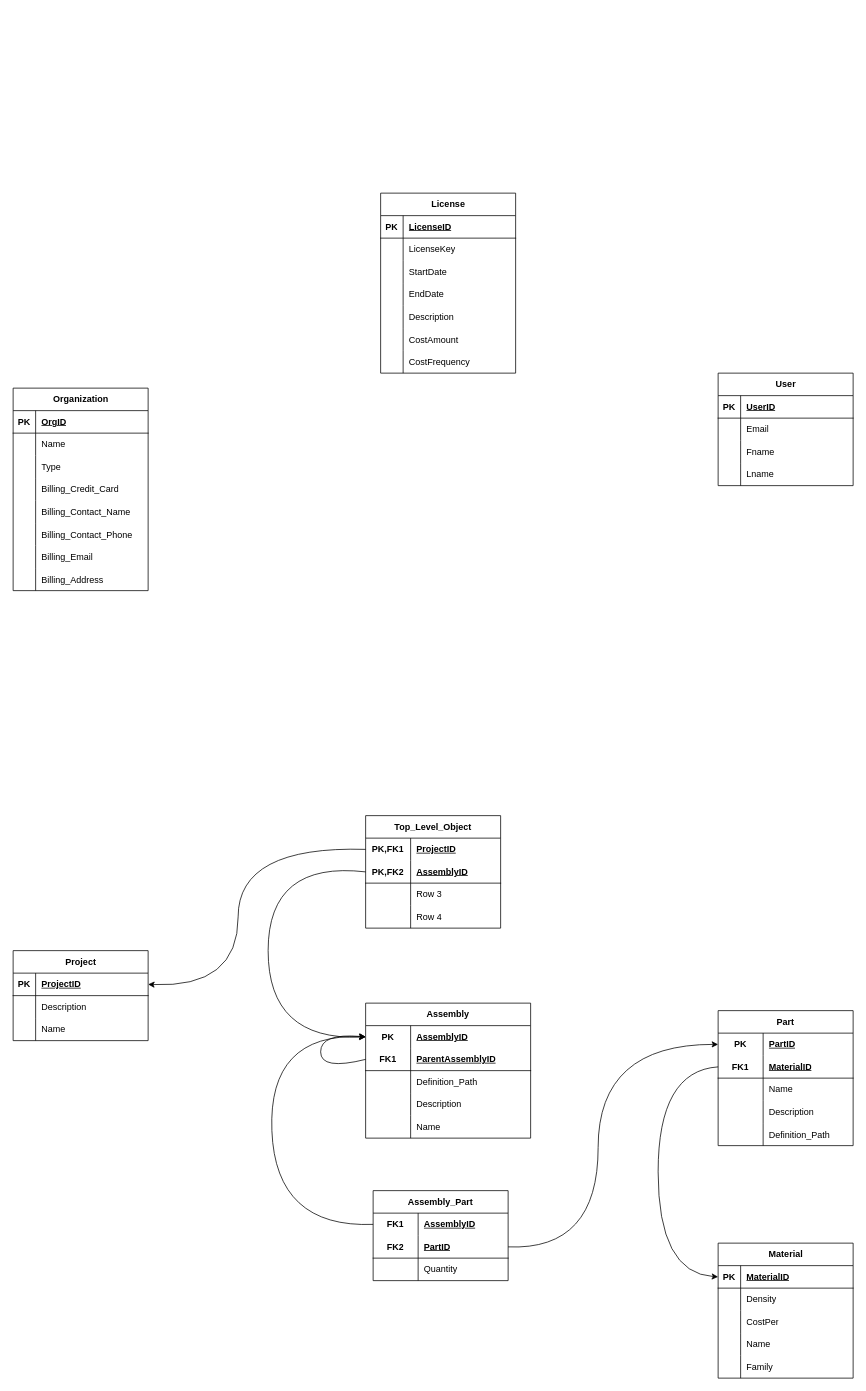
The draw.io diagram page "Page-2" (2 of 2) of DBfinal.drawio in EricOrrDev/Diagrams, before the edit. Source tidied: cells renumbered, new cells numbered last; positions are measured from the earlier drawing's top-left corner, leaving out a move shared by most shapes. Both pictures are drawn from the tidied source at 75%, with x=0, y=0 at pixel (13, 193).
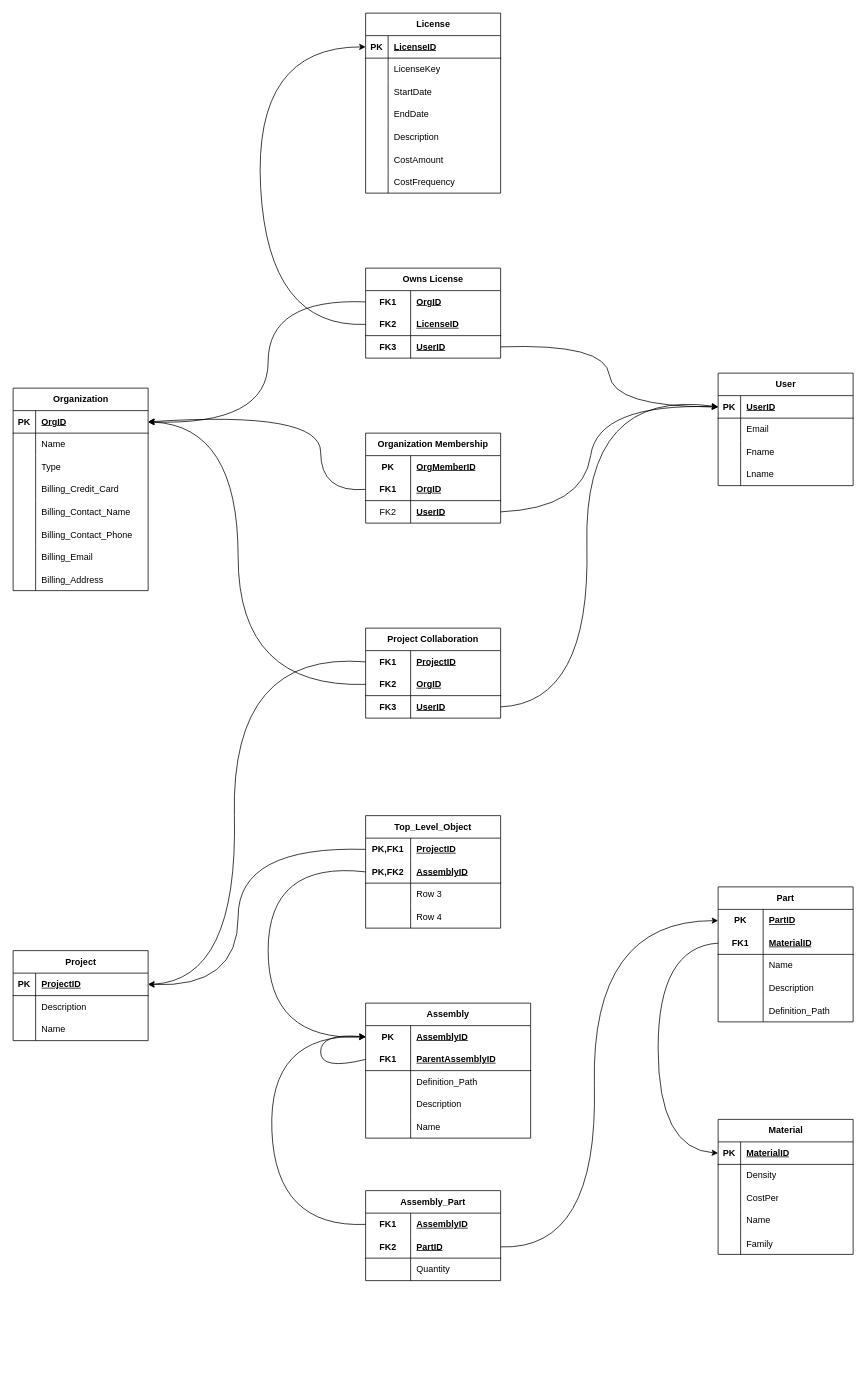
Above is the later version.

The change refers to these unchanged cells:
```xml
<mxCell id="3" style="shape=tableRow;horizontal=0;startSize=0;swimlaneHead=0;swimlaneBody=0;fillColor=none;points=[[0,0.5],[1,0.5]];portConstraint=eastwest;top=0;left=0;right=0;bottom=1;" parent="2" vertex="1">
  <mxGeometry y="30" width="180" height="30" as="geometry" />
</mxCell>
<mxCell id="16" style="shape=tableRow;horizontal=0;startSize=0;swimlaneHead=0;swimlaneBody=0;fillColor=none;points=[[0,0.5],[1,0.5]];portConstraint=eastwest;top=0;left=0;right=0;bottom=1;" parent="15" vertex="1">
  <mxGeometry y="30" width="180" height="30" as="geometry" />
</mxCell>
<mxCell id="38" style="shape=tableRow;horizontal=0;startSize=0;swimlaneHead=0;swimlaneBody=0;fillColor=none;points=[[0,0.5],[1,0.5]];portConstraint=eastwest;top=0;left=0;right=0;bottom=1;" parent="37" vertex="1">
  <mxGeometry y="30" width="180" height="30" as="geometry" />
</mxCell>
<mxCell id="63" style="shape=tableRow;horizontal=0;startSize=0;swimlaneHead=0;swimlaneBody=0;fillColor=none;points=[[0,0.5],[1,0.5]];portConstraint=eastwest;top=0;left=0;right=0;bottom=1;" parent="62" vertex="1">
  <mxGeometry y="30" width="180" height="30" as="geometry" />
</mxCell>
<mxCell id="73" style="shape=tableRow;horizontal=0;startSize=0;swimlaneHead=0;swimlaneBody=0;fillColor=none;points=[[0,0.5],[1,0.5]];portConstraint=eastwest;top=0;left=0;right=0;bottom=1;" parent="72" vertex="1">
  <mxGeometry y="30" width="180" height="30" as="geometry" />
</mxCell>
<mxCell id="89" style="shape=tableRow;horizontal=0;startSize=0;swimlaneHead=0;swimlaneBody=0;fillColor=none;points=[[0,0.5],[1,0.5]];portConstraint=eastwest;top=0;left=0;right=0;bottom=0;html=1;" parent="88" vertex="1">
  <mxGeometry y="30" width="180" height="30" as="geometry" />
</mxCell>
<mxCell id="92" style="shape=tableRow;horizontal=0;startSize=0;swimlaneHead=0;swimlaneBody=0;fillColor=none;points=[[0,0.5],[1,0.5]];portConstraint=eastwest;top=0;left=0;right=0;bottom=1;html=1;" parent="88" vertex="1">
  <mxGeometry y="60" width="180" height="30" as="geometry" />
</mxCell>
<mxCell id="126" style="shape=tableRow;horizontal=0;startSize=0;swimlaneHead=0;swimlaneBody=0;fillColor=none;points=[[0,0.5],[1,0.5]];portConstraint=eastwest;top=0;left=0;right=0;bottom=1;html=1;" parent="122" vertex="1">
  <mxGeometry y="60" width="180" height="30" as="geometry" />
</mxCell>
```

Diff of the diagram source:
```diff
@@
     <mxCell id="15" value="License" style="shape=table;startSize=30;childLayout=tableLayout;rowLines=0;fontStyle=1;align=center;html=1;" parent="1" vertex="1">
-      <mxGeometry x="490" width="180" height="240" as="geometry" />
+      <mxGeometry x="470" y="-240" width="180" height="240" as="geometry" />
     </mxCell>
@@
     <mxCell id="72" value="Material" style="shape=table;startSize=30;childLayout=tableLayout;rowLines=0;fontStyle=1;align=center;html=1;" parent="1" vertex="1">
-      <mxGeometry x="940" y="1400" width="180" height="180" as="geometry" />
+      <mxGeometry x="940" y="1235" width="180" height="180" as="geometry" />
     </mxCell>
@@
     <mxCell id="88" value="Part" style="shape=table;startSize=30;childLayout=tableLayout;rowLines=0;fontStyle=1;align=center;html=1;whiteSpace=wrap;" parent="1" vertex="1">
-      <mxGeometry x="940" y="1090" width="180" height="180" as="geometry" />
+      <mxGeometry x="940" y="925" width="180" height="180" as="geometry" />
     </mxCell>
@@
     <mxCell id="104" style="curved=1;endArrow=classic;html=1;rounded=0;exitX=0;exitY=0.5;exitDx=0;exitDy=0;entryX=0;entryY=0.5;entryDx=0;entryDy=0;" parent="1" edge="1" source="92" target="73">
       <mxGeometry relative="1" as="geometry">
         <Array as="points">
-          <mxPoint x="860" y="1170" />
-          <mxPoint x="860" y="1440" />
+          <mxPoint x="860" y="1005" />
+          <mxPoint x="860" y="1275" />
         </Array>
       </mxGeometry>
     </mxCell>
@@
     <mxCell id="122" value="Assembly_Part" style="shape=table;startSize=30;childLayout=tableLayout;rowLines=0;fontStyle=1;align=center;html=1;whiteSpace=wrap;" parent="1" vertex="1">
-      <mxGeometry x="480" y="1330" width="180" height="120" as="geometry" />
+      <mxGeometry x="470" y="1330" width="180" height="120" as="geometry" />
     </mxCell>
@@
     <mxCell id="133" style="curved=1;endArrow=classic;html=1;rounded=0;exitX=1;exitY=0.5;exitDx=0;exitDy=0;entryX=0;entryY=0.5;entryDx=0;entryDy=0;" parent="1" edge="1" source="126" target="89">
       <mxGeometry relative="1" as="geometry">
         <Array as="points">
           <mxPoint x="780" y="1410" />
-          <mxPoint x="780" y="1135" />
+          <mxPoint x="770" y="970" />
         </Array>
       </mxGeometry>
     </mxCell>
@@
+    <mxCell id="149" value="Organization Membership" style="shape=table;startSize=30;childLayout=tableLayout;rowLines=0;fontStyle=1;align=center;html=1;whiteSpace=wrap;" parent="1" vertex="1">
+      <mxGeometry x="470" y="320" width="180" height="120" as="geometry" />
+    </mxCell>
+    <mxCell id="150" style="shape=tableRow;horizontal=0;startSize=0;swimlaneHead=0;swimlaneBody=0;fillColor=none;top=0;left=0;right=0;bottom=0;html=1;" parent="149" vertex="1">
+      <mxGeometry y="30" width="180" height="30" as="geometry" />
+    </mxCell>
+    <mxCell id="151" value="PK" style="shape=partialRectangle;fillColor=none;top=0;left=0;bottom=0;right=0;fontStyle=1;overflow=hidden;html=1;whiteSpace=wrap;" parent="150" vertex="1">
+      <mxGeometry width="60" height="30" as="geometry" />
+    </mxCell>
+    <mxCell id="152" value="OrgMemberID" style="shape=partialRectangle;fillColor=none;top=0;left=0;bottom=0;right=0;align=left;spacingLeft=6;fontStyle=5;overflow=hidden;html=1;whiteSpace=wrap;" parent="150" vertex="1">
+      <mxGeometry x="60" width="120" height="30" as="geometry" />
+    </mxCell>
+    <mxCell id="153" style="shape=tableRow;horizontal=0;startSize=0;swimlaneHead=0;swimlaneBody=0;fillColor=none;points=[[0,0.5],[1,0.5]];portConstraint=eastwest;top=0;left=0;right=0;bottom=1;html=1;" parent="149" vertex="1">
+      <mxGeometry y="60" width="180" height="30" as="geometry" />
+    </mxCell>
+    <mxCell id="154" value="FK1" style="shape=partialRectangle;fillColor=none;top=0;left=0;bottom=0;right=0;fontStyle=1;overflow=hidden;html=1;whiteSpace=wrap;" parent="153" vertex="1">
+      <mxGeometry width="60" height="30" as="geometry" />
+    </mxCell>
+    <mxCell id="155" value="OrgID" style="shape=partialRectangle;fillColor=none;top=0;left=0;bottom=0;right=0;align=left;spacingLeft=6;fontStyle=5;overflow=hidden;html=1;whiteSpace=wrap;" parent="153" vertex="1">
+      <mxGeometry x="60" width="120" height="30" as="geometry" />
+    </mxCell>
+    <mxCell id="156" style="shape=tableRow;horizontal=0;startSize=0;swimlaneHead=0;swimlaneBody=0;fillColor=none;points=[[0,0.5],[1,0.5]];portConstraint=eastwest;top=0;left=0;right=0;bottom=0;" parent="149" vertex="1">
+      <mxGeometry y="90" width="180" height="30" as="geometry" />
+    </mxCell>
+    <mxCell id="157" value="FK2" style="shape=partialRectangle;fillColor=none;top=0;left=0;bottom=0;right=0;fontStyle=0;overflow=hidden;whiteSpace=wrap;html=1;" parent="156" vertex="1">
+      <mxGeometry width="60" height="30" as="geometry" />
+    </mxCell>
+    <mxCell id="158" value="&lt;b&gt;&lt;u&gt;UserID&lt;/u&gt;&lt;/b&gt;" style="shape=partialRectangle;fillColor=none;top=0;left=0;bottom=0;right=0;align=left;spacingLeft=6;fontStyle=0;overflow=hidden;whiteSpace=wrap;html=1;" parent="156" vertex="1">
+      <mxGeometry x="60" width="120" height="30" as="geometry" />
+    </mxCell>
+    <mxCell id="159" style="curved=1;endArrow=classic;html=1;rounded=0;exitX=1;exitY=0.5;exitDx=0;exitDy=0;entryX=0;entryY=0.5;entryDx=0;entryDy=0;" parent="1" edge="1" source="156" target="3">
+      <mxGeometry relative="1" as="geometry">
+        <Array as="points">
+          <mxPoint x="760" y="420" />
+          <mxPoint x="780" y="280" />
+        </Array>
+      </mxGeometry>
+    </mxCell>
+    <mxCell id="160" style="curved=1;endArrow=classic;html=1;rounded=0;exitX=0;exitY=0.5;exitDx=0;exitDy=0;entryX=1;entryY=0.5;entryDx=0;entryDy=0;" parent="1" edge="1" source="153" target="38">
+      <mxGeometry relative="1" as="geometry">
+        <Array as="points">
+          <mxPoint x="410" y="400" />
+          <mxPoint x="410" y="290" />
+        </Array>
+      </mxGeometry>
+    </mxCell>
+    <mxCell id="161" value="Owns License" style="shape=table;startSize=30;childLayout=tableLayout;rowLines=0;fontStyle=1;align=center;html=1;whiteSpace=wrap;" parent="1" vertex="1">
+      <mxGeometry x="470" y="100" width="180" height="120" as="geometry" />
+    </mxCell>
+    <mxCell id="162" style="shape=tableRow;horizontal=0;startSize=0;swimlaneHead=0;swimlaneBody=0;fillColor=none;points=[[0,0.5],[1,0.5]];portConstraint=eastwest;top=0;left=0;right=0;bottom=0;html=1;" parent="161" vertex="1">
+      <mxGeometry y="30" width="180" height="30" as="geometry" />
+    </mxCell>
+    <mxCell id="163" value="FK1" style="shape=partialRectangle;fillColor=none;top=0;left=0;bottom=0;right=0;fontStyle=1;overflow=hidden;html=1;whiteSpace=wrap;" parent="162" vertex="1">
+      <mxGeometry width="60" height="30" as="geometry" />
+    </mxCell>
+    <mxCell id="164" value="OrgID" style="shape=partialRectangle;fillColor=none;top=0;left=0;bottom=0;right=0;align=left;spacingLeft=6;fontStyle=5;overflow=hidden;html=1;whiteSpace=wrap;" parent="162" vertex="1">
+      <mxGeometry x="60" width="120" height="30" as="geometry" />
+    </mxCell>
+    <mxCell id="165" style="shape=tableRow;horizontal=0;startSize=0;swimlaneHead=0;swimlaneBody=0;fillColor=none;points=[[0,0.5],[1,0.5]];portConstraint=eastwest;top=0;left=0;right=0;bottom=1;html=1;" parent="161" vertex="1">
+      <mxGeometry y="60" width="180" height="30" as="geometry" />
+    </mxCell>
+    <mxCell id="166" value="FK2" style="shape=partialRectangle;fillColor=none;top=0;left=0;bottom=0;right=0;fontStyle=1;overflow=hidden;html=1;whiteSpace=wrap;" parent="165" vertex="1">
+      <mxGeometry width="60" height="30" as="geometry" />
+    </mxCell>
+    <mxCell id="167" value="LicenseID" style="shape=partialRectangle;fillColor=none;top=0;left=0;bottom=0;right=0;align=left;spacingLeft=6;fontStyle=5;overflow=hidden;html=1;whiteSpace=wrap;" parent="165" vertex="1">
+      <mxGeometry x="60" width="120" height="30" as="geometry" />
+    </mxCell>
+    <mxCell id="168" style="shape=tableRow;horizontal=0;startSize=0;swimlaneHead=0;swimlaneBody=0;fillColor=none;points=[[0,0.5],[1,0.5]];portConstraint=eastwest;top=0;left=0;right=0;bottom=0;" parent="161" vertex="1">
+      <mxGeometry y="90" width="180" height="30" as="geometry" />
+    </mxCell>
+    <mxCell id="169" value="&lt;b&gt;FK3&lt;/b&gt;" style="shape=partialRectangle;fillColor=none;top=0;left=0;bottom=0;right=0;fontStyle=0;overflow=hidden;whiteSpace=wrap;html=1;" parent="168" vertex="1">
+      <mxGeometry width="60" height="30" as="geometry" />
+    </mxCell>
+    <mxCell id="170" value="&lt;b&gt;&lt;u&gt;UserID&lt;/u&gt;&lt;/b&gt;" style="shape=partialRectangle;fillColor=none;top=0;left=0;bottom=0;right=0;align=left;spacingLeft=6;fontStyle=0;overflow=hidden;whiteSpace=wrap;html=1;" parent="168" vertex="1">
+      <mxGeometry x="60" width="120" height="30" as="geometry" />
+    </mxCell>
+    <mxCell id="171" style="curved=1;endArrow=classic;html=1;rounded=0;exitX=0;exitY=0.5;exitDx=0;exitDy=0;entryX=1;entryY=0.5;entryDx=0;entryDy=0;" parent="1" edge="1" source="162" target="38">
+      <mxGeometry relative="1" as="geometry">
+        <Array as="points">
+          <mxPoint x="340" y="140" />
+          <mxPoint x="340" y="310" />
+        </Array>
+      </mxGeometry>
+    </mxCell>
+    <mxCell id="172" style="curved=1;endArrow=classic;html=1;rounded=0;entryX=0;entryY=0.5;entryDx=0;entryDy=0;exitX=0;exitY=0.5;exitDx=0;exitDy=0;" parent="1" edge="1" source="165" target="16">
+      <mxGeometry relative="1" as="geometry">
+        <Array as="points">
+          <mxPoint x="340" y="180" />
+          <mxPoint x="320" y="-195" />
+        </Array>
+      </mxGeometry>
+    </mxCell>
+    <mxCell id="173" style="curved=1;endArrow=classic;html=1;rounded=0;exitX=1;exitY=0.5;exitDx=0;exitDy=0;entryX=0;entryY=0.5;entryDx=0;entryDy=0;" parent="1" edge="1" source="168" target="3">
+      <mxGeometry relative="1" as="geometry">
+        <Array as="points">
+          <mxPoint x="790" y="200" />
+          <mxPoint x="800" y="285" />
+        </Array>
+      </mxGeometry>
+    </mxCell>
+    <mxCell id="174" value="Project Collaboration" style="shape=table;startSize=30;childLayout=tableLayout;rowLines=0;fontStyle=1;align=center;html=1;whiteSpace=wrap;" parent="1" vertex="1">
+      <mxGeometry x="470" y="580" width="180" height="120" as="geometry" />
+    </mxCell>
+    <mxCell id="175" style="shape=tableRow;horizontal=0;startSize=0;swimlaneHead=0;swimlaneBody=0;fillColor=none;points=[[0,0.5],[1,0.5]];portConstraint=eastwest;top=0;left=0;right=0;bottom=0;html=1;" parent="174" vertex="1">
+      <mxGeometry y="30" width="180" height="30" as="geometry" />
+    </mxCell>
+    <mxCell id="176" value="FK1" style="shape=partialRectangle;fillColor=none;top=0;left=0;bottom=0;right=0;fontStyle=1;overflow=hidden;html=1;whiteSpace=wrap;" parent="175" vertex="1">
+      <mxGeometry width="60" height="30" as="geometry" />
+    </mxCell>
+    <mxCell id="177" value="ProjectID" style="shape=partialRectangle;fillColor=none;top=0;left=0;bottom=0;right=0;align=left;spacingLeft=6;fontStyle=5;overflow=hidden;html=1;whiteSpace=wrap;" parent="175" vertex="1">
+      <mxGeometry x="60" width="120" height="30" as="geometry" />
+    </mxCell>
+    <mxCell id="178" style="shape=tableRow;horizontal=0;startSize=0;swimlaneHead=0;swimlaneBody=0;fillColor=none;points=[[0,0.5],[1,0.5]];portConstraint=eastwest;top=0;left=0;right=0;bottom=1;html=1;" parent="174" vertex="1">
+      <mxGeometry y="60" width="180" height="30" as="geometry" />
+    </mxCell>
+    <mxCell id="179" value="FK2" style="shape=partialRectangle;fillColor=none;top=0;left=0;bottom=0;right=0;fontStyle=1;overflow=hidden;html=1;whiteSpace=wrap;" parent="178" vertex="1">
+      <mxGeometry width="60" height="30" as="geometry" />
+    </mxCell>
+    <mxCell id="180" value="OrgID" style="shape=partialRectangle;fillColor=none;top=0;left=0;bottom=0;right=0;align=left;spacingLeft=6;fontStyle=5;overflow=hidden;html=1;whiteSpace=wrap;" parent="178" vertex="1">
+      <mxGeometry x="60" width="120" height="30" as="geometry" />
+    </mxCell>
+    <mxCell id="181" style="shape=tableRow;horizontal=0;startSize=0;swimlaneHead=0;swimlaneBody=0;fillColor=none;points=[[0,0.5],[1,0.5]];portConstraint=eastwest;top=0;left=0;right=0;bottom=0;" parent="174" vertex="1">
+      <mxGeometry y="90" width="180" height="30" as="geometry" />
+    </mxCell>
+    <mxCell id="182" value="&lt;b&gt;FK3&lt;/b&gt;" style="shape=partialRectangle;fillColor=none;top=0;left=0;bottom=0;right=0;fontStyle=0;overflow=hidden;whiteSpace=wrap;html=1;" parent="181" vertex="1">
+      <mxGeometry width="60" height="30" as="geometry" />
+    </mxCell>
+    <mxCell id="183" value="&lt;b&gt;&lt;u&gt;UserID&lt;/u&gt;&lt;/b&gt;" style="shape=partialRectangle;fillColor=none;top=0;left=0;bottom=0;right=0;align=left;spacingLeft=6;fontStyle=0;overflow=hidden;whiteSpace=wrap;html=1;" parent="181" vertex="1">
+      <mxGeometry x="60" width="120" height="30" as="geometry" />
+    </mxCell>
+    <mxCell id="184" style="curved=1;endArrow=classic;html=1;rounded=0;exitX=1;exitY=0.5;exitDx=0;exitDy=0;entryX=0;entryY=0.5;entryDx=0;entryDy=0;" parent="1" edge="1" source="181" target="3">
+      <mxGeometry relative="1" as="geometry">
+        <Array as="points">
+          <mxPoint x="770" y="680" />
+          <mxPoint x="760" y="260" />
+        </Array>
+      </mxGeometry>
+    </mxCell>
+    <mxCell id="185" style="curved=1;endArrow=classic;html=1;rounded=0;exitX=0;exitY=0.5;exitDx=0;exitDy=0;entryX=1;entryY=0.5;entryDx=0;entryDy=0;" parent="1" edge="1" source="178" target="38">
+      <mxGeometry relative="1" as="geometry">
+        <Array as="points">
+          <mxPoint x="300" y="660" />
+          <mxPoint x="300" y="310" />
+        </Array>
+      </mxGeometry>
+    </mxCell>
+    <mxCell id="186" style="curved=1;endArrow=classic;html=1;rounded=0;exitX=0;exitY=0.5;exitDx=0;exitDy=0;entryX=1;entryY=0.5;entryDx=0;entryDy=0;" parent="1" edge="1" source="175" target="63">
+      <mxGeometry relative="1" as="geometry">
+        <Array as="points">
+          <mxPoint x="290" y="610" />
+          <mxPoint x="300" y="1050" />
+        </Array>
+      </mxGeometry>
+    </mxCell>
```
